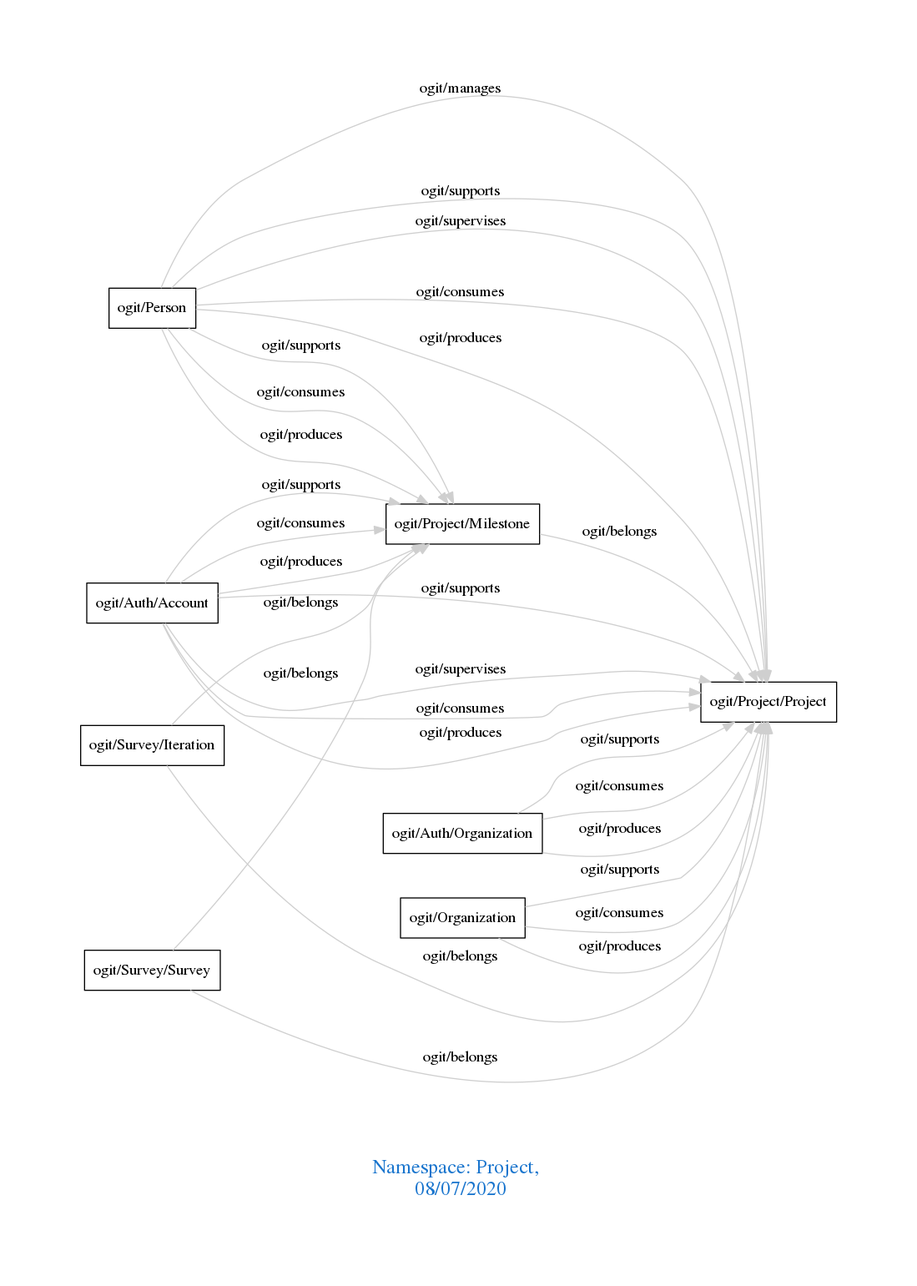
Before: downloads/Project.png, a diagram exported from Graphviz (arago/OGIT). Its source is kept beside it as downloads/Project.dot.
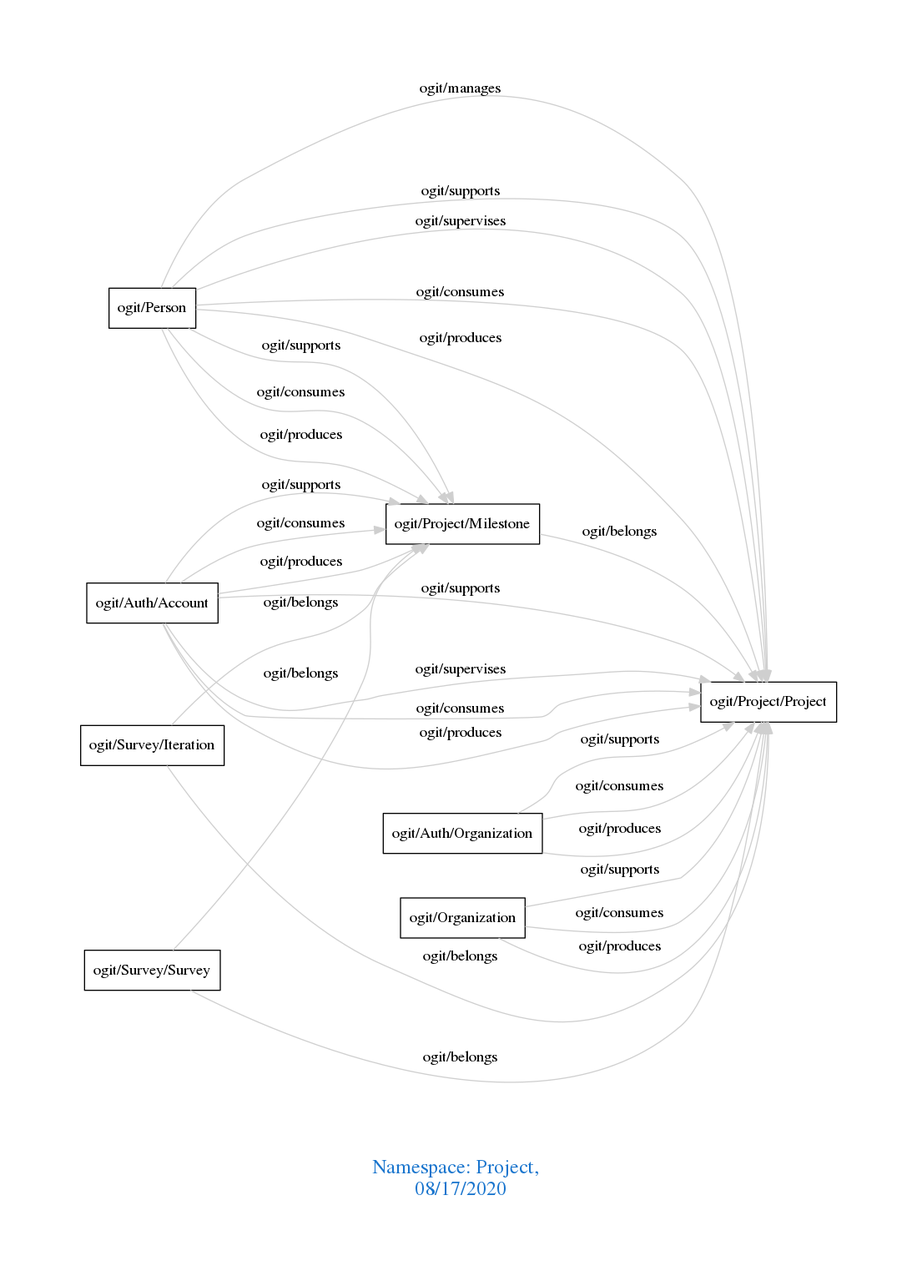
Above is the later version.

Diff of the diagram source:
```diff
@@ -1,7 +1,7 @@
 digraph OGIT_ontology {
  graph [ rankdir= LR,pad=1
 fontsize = 18,
-fontcolor= dodgerblue3,label = "\n\n\nNamespace: Project, \n 08/07/2020"];
+fontcolor= dodgerblue3,label = "\n\n\nNamespace: Project, \n 08/17/2020"];
 node[shape=polygon];
 edge [  color="gray81"];
 
```
